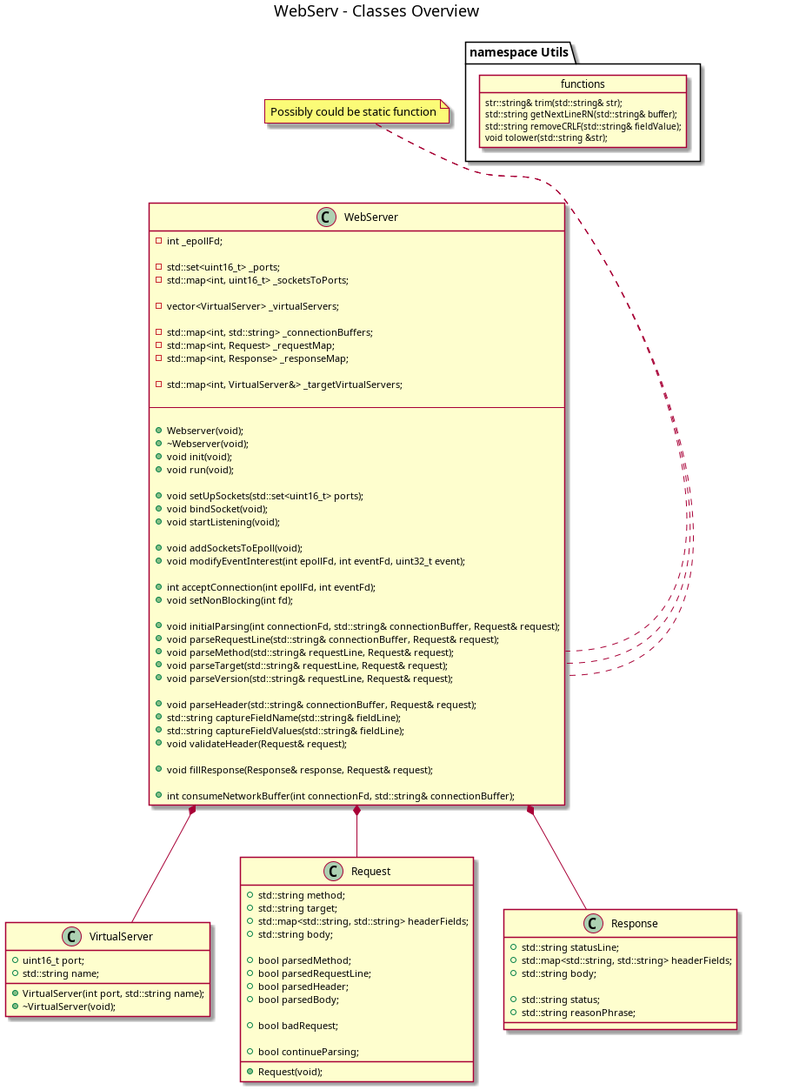
Earlier version of the PlantUML export docs/webservSchema.png (thaisnishimoto/42sp_Webserv). Its source is kept beside it as docs/webservSchema.puml.
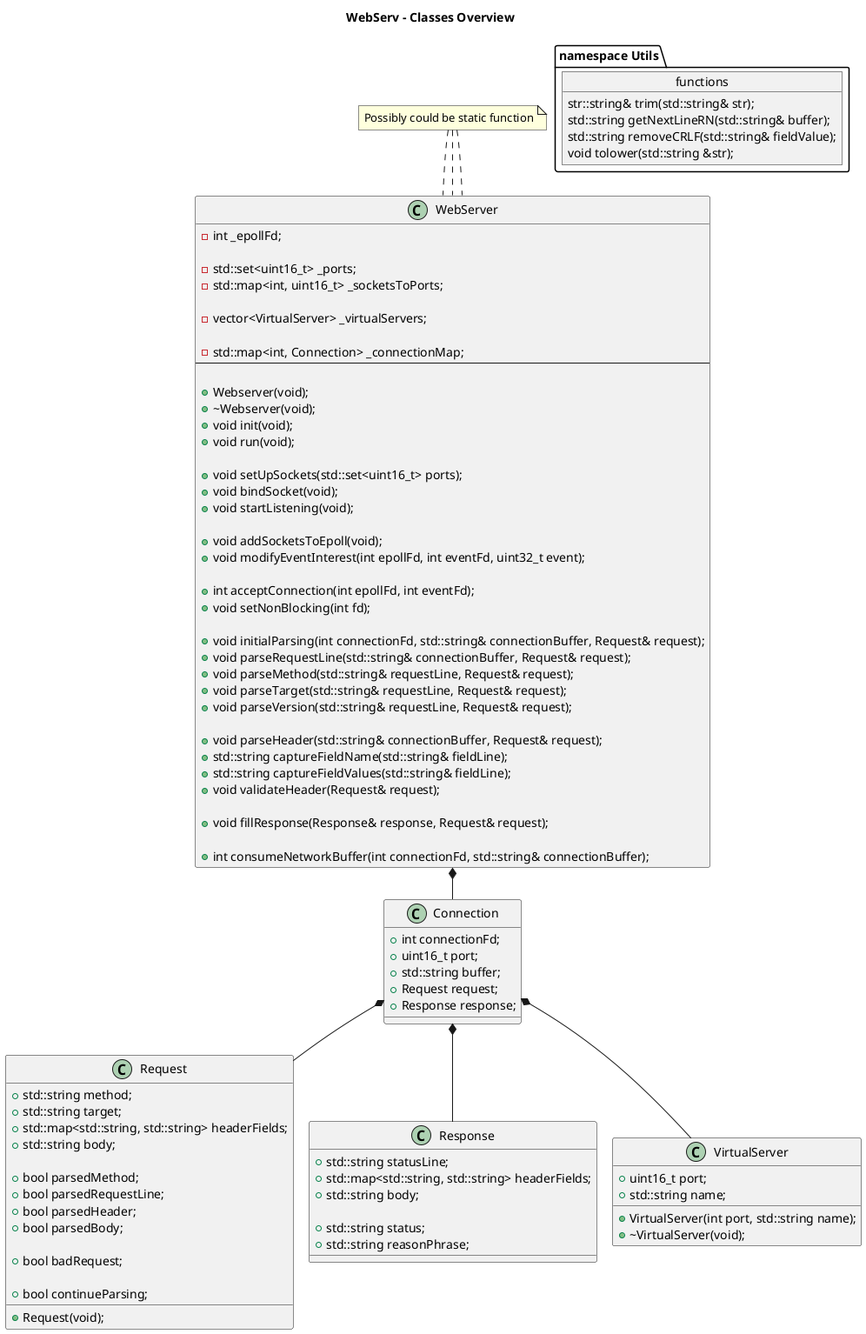
Above is the later version.

Commit message:
docs: creation of Connection class and adaptation of program flow

Change to the diagram source:
```diff
@@ -1,10 +1,12 @@
 @startuml
+!pragma layout smetana
 
 Title WebServ - Classes Overview
 
-WebServer *-- VirtualServer
-WebServer *-- Request
-WebServer *-- Response
+WebServer *-- Connection
+Connection *-- Request
+Connection *-- Response
+Connection *-- VirtualServer
 
 class WebServer
 {
@@ -15,12 +17,7 @@
 
 	-vector<VirtualServer> _virtualServers;
 
-	-std::map<int, std::string> _connectionBuffers;
-	-std::map<int, Request> _requestMap;
-	-std::map<int, Response> _responseMap;
-
-	-std::map<int, VirtualServer&> _targetVirtualServers;
-
+	-std::map<int, Connection> _connectionMap;
 	--
 
 	+Webserver(void);
@@ -97,6 +94,15 @@
 	+std::string reasonPhrase;
 }
 
+class Connection
+{
+	+int connectionFd;
+	+uint16_t port;
+	+std::string buffer;
+	+Request request;
+	+Response response;
+}
+
 package "namespace Utils"
 {
 	object functions{
```
